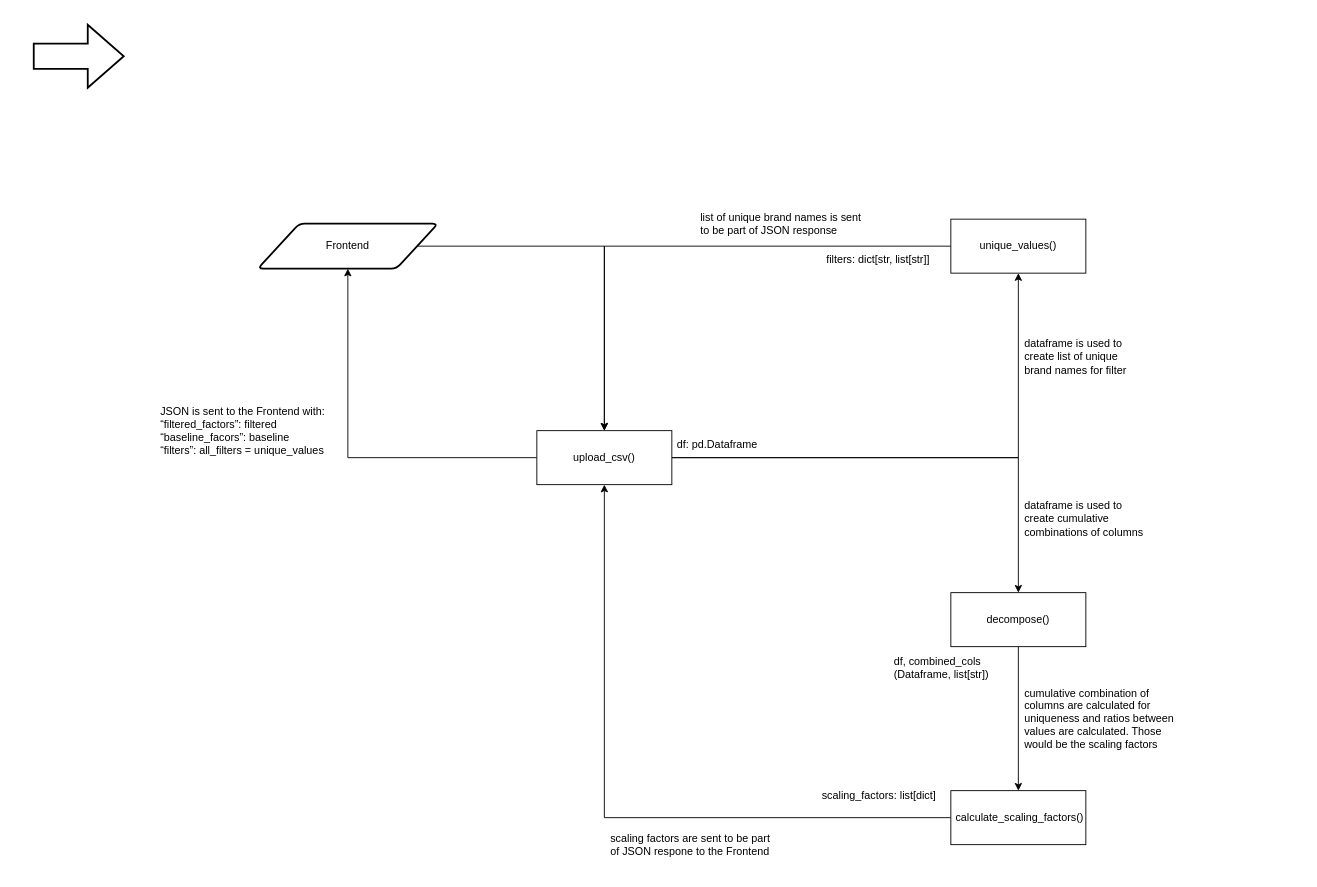
This is page "C2_backend" (3 of 3) of app.diagrams.net/project_diagram.drawio from a-murataly/ProductManagementConsole, a draw.io file, before an edit. Source tidied: cells renumbered, new cells numbered last; positions are measured from the earlier drawing's top-left corner, leaving out a move shared by most shapes. Both pictures are drawn from the tidied source at 90%, with x=0, y=0 at pixel (33, 24).
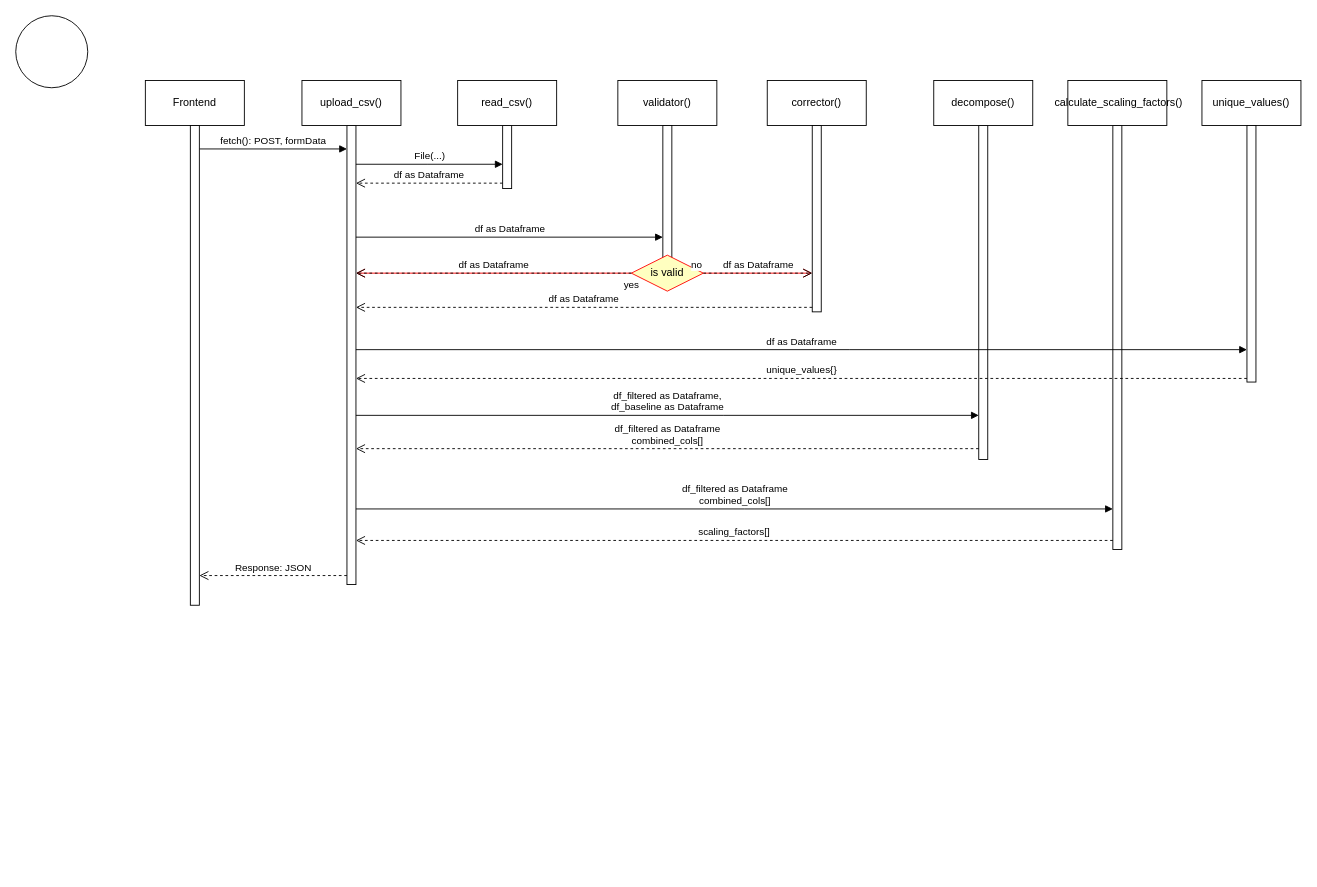
Above is the later version.

Change to the diagram source:
```diff
@@
-    <mxCell id="0" />
-    <mxCell id="1" parent="0" />
-    <mxCell id="2" style="edgeStyle=orthogonalEdgeStyle;rounded=0;jettySize=auto;html=1;align=center;" parent="1" edge="1" source="14" target="6">
-      <mxGeometry relative="1" as="geometry" />
-    </mxCell>
-    <mxCell id="3" style="edgeStyle=orthogonalEdgeStyle;rounded=0;jettySize=auto;html=1;align=center;" parent="1" edge="1" source="6" target="8">
-      <mxGeometry relative="1" as="geometry" />
-    </mxCell>
-    <mxCell id="4" style="edgeStyle=orthogonalEdgeStyle;rounded=0;jettySize=auto;html=1;align=center;" parent="1" edge="1" source="6" target="10">
-      <mxGeometry relative="1" as="geometry" />
-    </mxCell>
-    <mxCell id="5" style="edgeStyle=orthogonalEdgeStyle;rounded=0;jettySize=auto;html=1;align=center;labelPosition=center;verticalLabelPosition=top;verticalAlign=bottom;" parent="1" edge="1" source="6" target="14">
-      <mxGeometry x="0.01" relative="1" as="geometry" />
-    </mxCell>
+    <mxCell id="25" />
+    <mxCell id="26" parent="25" />
+    <mxCell id="27" style="html=1;points=[[0,0,0,0,5],[0,1,0,0,-5],[1,0,0,0,5],[1,1,0,0,-5]];perimeter=orthogonalPerimeter;outlineConnect=0;targetShapes=umlLifeline;portConstraint=eastwest;newEdgeStyle={&quot;curved&quot;:0,&quot;rounded&quot;:0};" parent="26" vertex="1">
+      <mxGeometry x="348" y="112" width="10" height="510" as="geometry" />
+    </mxCell>
+    <mxCell id="28" style="html=1;points=[[0,0,0,0,5],[0,1,0,0,-5],[1,0,0,0,5],[1,1,0,0,-5]];perimeter=orthogonalPerimeter;outlineConnect=0;targetShapes=umlLifeline;portConstraint=eastwest;newEdgeStyle={&quot;curved&quot;:0,&quot;rounded&quot;:0};" parent="26" vertex="1">
+      <mxGeometry x="521" y="112" width="10" height="70" as="geometry" />
+    </mxCell>
+    <mxCell id="29" style="html=1;points=[[0,0,0,0,5],[0,1,0,0,-5],[1,0,0,0,5],[1,1,0,0,-5]];perimeter=orthogonalPerimeter;outlineConnect=0;targetShapes=umlLifeline;portConstraint=eastwest;newEdgeStyle={&quot;curved&quot;:0,&quot;rounded&quot;:0};" parent="26" vertex="1">
+      <mxGeometry x="1199" y="112" width="10" height="471" as="geometry" />
+    </mxCell>
+    <mxCell id="30" style="html=1;points=[[0,0,0,0,5],[0,1,0,0,-5],[1,0,0,0,5],[1,1,0,0,-5]];perimeter=orthogonalPerimeter;outlineConnect=0;targetShapes=umlLifeline;portConstraint=eastwest;newEdgeStyle={&quot;curved&quot;:0,&quot;rounded&quot;:0};" parent="26" vertex="1">
+      <mxGeometry x="1050" y="112" width="10" height="371" as="geometry" />
+    </mxCell>
+    <mxCell id="14" value="Frontend" style="html=1;whiteSpace=wrap;" parent="26" vertex="1">
+      <mxGeometry x="124" y="62" width="110" height="50" as="geometry" />
+    </mxCell>
-    <mxCell id="6" value="&lt;div&gt;upload_csv()&lt;/div&gt;" style="rounded=0;html=1;align=center;whiteSpace=wrap;" parent="1" vertex="1">
-      <mxGeometry x="559" y="451" width="150" height="60" as="geometry" />
+    <mxCell id="6" value="upload_csv()" style="html=1;whiteSpace=wrap;" parent="26" vertex="1">
+      <mxGeometry x="298" y="62" width="110" height="50" as="geometry" />
     </mxCell>
-    <mxCell id="7" style="edgeStyle=orthogonalEdgeStyle;rounded=0;jettySize=auto;html=1;align=center;" parent="1" edge="1" source="8" target="6">
-      <mxGeometry relative="1" as="geometry" />
-    </mxCell>
+    <mxCell id="10" value="decompose()" style="html=1;whiteSpace=wrap;" parent="26" vertex="1">
+      <mxGeometry x="1000" y="62" width="110" height="50" as="geometry" />
+    </mxCell>
+    <mxCell id="12" value="&amp;nbsp;calculate_scaling_factors()" style="html=1;whiteSpace=wrap;" parent="26" vertex="1">
+      <mxGeometry x="1149" y="62" width="110" height="50" as="geometry" />
+    </mxCell>
-    <mxCell id="8" value="&lt;div&gt;unique_values()&lt;/div&gt;" style="rounded=0;html=1;align=center;whiteSpace=wrap;" parent="1" vertex="1">
-      <mxGeometry x="1019" y="216" width="150" height="60" as="geometry" />
+    <mxCell id="8" value="unique_values()" style="html=1;whiteSpace=wrap;" parent="26" vertex="1">
+      <mxGeometry x="1298" y="62" width="110" height="50" as="geometry" />
     </mxCell>
-    <mxCell id="9" style="edgeStyle=orthogonalEdgeStyle;rounded=0;jettySize=auto;html=1;align=center;" parent="1" edge="1" source="10" target="12">
-      <mxGeometry relative="1" as="geometry" />
-    </mxCell>
-    <mxCell id="10" value="&lt;div&gt;decompose()&lt;/div&gt;" style="rounded=0;html=1;align=center;whiteSpace=wrap;" parent="1" vertex="1">
-      <mxGeometry x="1019" y="631" width="150" height="60" as="geometry" />
-    </mxCell>
-    <mxCell id="11" style="edgeStyle=orthogonalEdgeStyle;rounded=0;jettySize=auto;html=1;align=center;" parent="1" edge="1" source="12" target="6">
-      <mxGeometry relative="1" as="geometry" />
-    </mxCell>
-    <mxCell id="12" value="&lt;div&gt;&amp;nbsp;calculate_scaling_factors()&lt;/div&gt;" style="rounded=0;html=1;align=center;whiteSpace=wrap;" parent="1" vertex="1">
-      <mxGeometry x="1019" y="851" width="150" height="60" as="geometry" />
-    </mxCell>
-    <mxCell id="13" style="verticalLabelPosition=bottom;verticalAlign=top;html=1;strokeWidth=2;shape=mxgraph.arrows2.arrow;dy=0.6;dx=40;notch=0;align=center;" parent="1" vertex="1">
-      <mxGeometry width="100" height="70" as="geometry" />
-    </mxCell>
-    <mxCell id="14" value="&lt;div style=&quot;&quot;&gt;Frontend&lt;/div&gt;" style="shape=parallelogram;html=1;strokeWidth=2;perimeter=parallelogramPerimeter;whiteSpace=wrap;rounded=1;arcSize=12;size=0.23;align=center;" parent="1" vertex="1">
-      <mxGeometry x="249" y="221" width="200" height="50" as="geometry" />
-    </mxCell>
-    <mxCell id="15" value="JSON is sent to the Frontend with:&lt;div&gt;“filtered_factors”: filtered&lt;br&gt;“baseline_facors”: baseline&lt;br&gt;“filters”: all_filters = unique_values&lt;/div&gt;" style="text;align=left;verticalAlign=middle;whiteSpace=wrap;rounded=0;html=1;" parent="1" vertex="1">
-      <mxGeometry x="139" y="421" width="210" height="60" as="geometry" />
-    </mxCell>
-    <mxCell id="16" value="scaling factors are sent to be part of JSON respone to the Frontend" style="text;align=left;verticalAlign=middle;whiteSpace=wrap;rounded=0;html=1;" parent="1" vertex="1">
-      <mxGeometry x="639" y="881" width="180" height="60" as="geometry" />
-    </mxCell>
-    <mxCell id="17" value="cumulative combination of columns are calculated for uniqueness and ratios between values are calculated. Those would be the scaling factors" style="text;align=left;verticalAlign=middle;whiteSpace=wrap;rounded=0;html=1;" parent="1" vertex="1">
-      <mxGeometry x="1099" y="731" width="180" height="80" as="geometry" />
-    </mxCell>
-    <mxCell id="18" value="&lt;div&gt;&lt;span style=&quot;background-color: transparent; color: light-dark(rgb(0, 0, 0), rgb(255, 255, 255));&quot;&gt;dataframe is used to create list of unique brand names for filter&lt;/span&gt;&lt;/div&gt;" style="text;align=left;verticalAlign=top;rounded=0;whiteSpace=wrap;html=1;" parent="1" vertex="1">
-      <mxGeometry x="1099" y="341" width="140" height="60" as="geometry" />
-    </mxCell>
-    <mxCell id="19" value="list of unique brand names is sent to be part of JSON response" style="text;align=left;verticalAlign=top;rounded=0;whiteSpace=wrap;html=1;" parent="1" vertex="1">
-      <mxGeometry x="739" y="201" width="190" height="40" as="geometry" />
-    </mxCell>
-    <mxCell id="20" value="dataframe is used to create cumulative combinations of columns" style="text;align=left;verticalAlign=top;rounded=0;whiteSpace=wrap;html=1;" parent="1" vertex="1">
-      <mxGeometry x="1099" y="521" width="140" height="60" as="geometry" />
-    </mxCell>
-    <mxCell id="21" value="&lt;div&gt;&lt;span style=&quot;background-color: transparent; color: light-dark(rgb(0, 0, 0), rgb(255, 255, 255));&quot;&gt;df: pd.Dataframe&lt;/span&gt;&lt;/div&gt;" style="text;align=left;verticalAlign=top;rounded=0;whiteSpace=wrap;html=1;" parent="1" vertex="1">
-      <mxGeometry x="713" y="453" width="140" height="28" as="geometry" />
-    </mxCell>
-    <mxCell id="22" value="&lt;div&gt;&lt;span style=&quot;background-color: transparent; color: light-dark(rgb(0, 0, 0), rgb(255, 255, 255));&quot;&gt;df, combined_cols&lt;/span&gt;&lt;/div&gt;&lt;div&gt;&lt;span style=&quot;background-color: transparent; color: light-dark(rgb(0, 0, 0), rgb(255, 255, 255));&quot;&gt;(Dataframe, list[str])&lt;/span&gt;&lt;/div&gt;" style="text;align=left;verticalAlign=top;rounded=0;whiteSpace=wrap;html=1;" parent="1" vertex="1">
-      <mxGeometry x="954" y="694" width="140" height="43" as="geometry" />
-    </mxCell>
-    <mxCell id="23" value="&lt;div&gt;scaling_factors: list[dict]&lt;/div&gt;" style="text;align=left;verticalAlign=top;rounded=0;whiteSpace=wrap;html=1;" parent="1" vertex="1">
-      <mxGeometry x="874" y="843" width="140" height="31" as="geometry" />
-    </mxCell>
-    <mxCell id="24" value="&lt;div&gt;filters: dict[str, list[str]]&lt;/div&gt;" style="text;align=left;verticalAlign=top;rounded=0;whiteSpace=wrap;html=1;" parent="1" vertex="1">
-      <mxGeometry x="879" y="247" width="140" height="31" as="geometry" />
-    </mxCell>
+    <mxCell id="31" value="read_csv()" style="html=1;whiteSpace=wrap;" parent="26" vertex="1">
+      <mxGeometry x="471" y="62" width="110" height="50" as="geometry" />
+    </mxCell>
+    <mxCell id="32" value="File(...)" style="html=1;verticalAlign=bottom;endArrow=block;curved=0;rounded=0;" parent="26" edge="1" source="27" target="28">
+      <mxGeometry relative="1" as="geometry">
+        <Array as="points">
+          <mxPoint x="438" y="155" />
+        </Array>
+      </mxGeometry>
+    </mxCell>
+    <mxCell id="33" value="df as Dataframe" style="html=1;verticalAlign=bottom;endArrow=open;dashed=1;endSize=8;curved=0;rounded=0;" parent="26" edge="1" source="28" target="27">
+      <mxGeometry relative="1" as="geometry">
+        <Array as="points">
+          <mxPoint x="440" y="176" />
+        </Array>
+      </mxGeometry>
+    </mxCell>
+    <mxCell id="34" value="fetch(): POST, formData" style="html=1;verticalAlign=bottom;endArrow=block;curved=0;rounded=0;" parent="26" edge="1" source="36" target="27">
+      <mxGeometry relative="1" as="geometry">
+        <Array as="points">
+          <mxPoint x="265" y="138" />
+        </Array>
+      </mxGeometry>
+    </mxCell>
+    <mxCell id="35" value="Response: JSON" style="html=1;verticalAlign=bottom;endArrow=open;dashed=1;endSize=8;curved=0;rounded=0;" parent="26" edge="1" source="27" target="36">
+      <mxGeometry relative="1" as="geometry">
+        <Array as="points">
+          <mxPoint x="273" y="612" />
+        </Array>
+      </mxGeometry>
+    </mxCell>
+    <mxCell id="36" style="html=1;points=[[0,0,0,0,5],[0,1,0,0,-5],[1,0,0,0,5],[1,1,0,0,-5]];perimeter=orthogonalPerimeter;outlineConnect=0;targetShapes=umlLifeline;portConstraint=eastwest;newEdgeStyle={&quot;curved&quot;:0,&quot;rounded&quot;:0};" parent="26" vertex="1">
+      <mxGeometry x="174" y="112" width="10" height="533" as="geometry" />
+    </mxCell>
+    <mxCell id="37" style="html=1;points=[[0,0,0,0,5],[0,1,0,0,-5],[1,0,0,0,5],[1,1,0,0,-5]];perimeter=orthogonalPerimeter;outlineConnect=0;targetShapes=umlLifeline;portConstraint=eastwest;newEdgeStyle={&quot;curved&quot;:0,&quot;rounded&quot;:0};" parent="26" vertex="1">
+      <mxGeometry x="1348" y="112" width="10" height="285" as="geometry" />
+    </mxCell>
+    <mxCell id="38" value="df as Dataframe" style="html=1;verticalAlign=bottom;endArrow=block;curved=0;rounded=0;" parent="26" edge="1" source="27" target="37">
+      <mxGeometry relative="1" as="geometry">
+        <Array as="points">
+          <mxPoint x="906" y="361" />
+        </Array>
+      </mxGeometry>
+    </mxCell>
+    <mxCell id="39" value="unique_values{}" style="html=1;verticalAlign=bottom;endArrow=open;dashed=1;endSize=8;curved=0;rounded=0;" parent="26" edge="1" source="37" target="27">
+      <mxGeometry relative="1" as="geometry">
+        <Array as="points">
+          <mxPoint x="924" y="393" />
+        </Array>
+      </mxGeometry>
+    </mxCell>
+    <mxCell id="40" value="df_filtered as Dataframe,&lt;div&gt;df_baseline&amp;nbsp;&lt;span style=&quot;color: light-dark(rgb(0, 0, 0), rgb(255, 255, 255));&quot;&gt;as Dataframe&lt;/span&gt;&lt;/div&gt;" style="html=1;verticalAlign=bottom;endArrow=block;curved=0;rounded=0;" parent="26" edge="1" source="27" target="30">
+      <mxGeometry relative="1" as="geometry">
+        <Array as="points">
+          <mxPoint x="766" y="434" />
+        </Array>
+      </mxGeometry>
+    </mxCell>
+    <mxCell id="41" value="df_filtered as Dataframe&lt;div&gt;combined_cols[]&lt;/div&gt;" style="html=1;verticalAlign=bottom;endArrow=open;dashed=1;endSize=8;curved=0;rounded=0;" parent="26" edge="1" source="30" target="27">
+      <mxGeometry relative="1" as="geometry">
+        <Array as="points">
+          <mxPoint x="711" y="471" />
+        </Array>
+      </mxGeometry>
+    </mxCell>
+    <mxCell id="42" style="ellipse;whiteSpace=wrap;html=1;" parent="26" vertex="1">
+      <mxGeometry x="-20" y="-10" width="80" height="80" as="geometry" />
+    </mxCell>
+    <mxCell id="43" value="df_filtered as Dataframe&lt;div&gt;combined_cols[]&lt;/div&gt;" style="html=1;verticalAlign=bottom;endArrow=block;curved=0;rounded=0;" parent="26" edge="1" source="27" target="29">
+      <mxGeometry relative="1" as="geometry">
+        <Array as="points">
+          <mxPoint x="790" y="538" />
+        </Array>
+      </mxGeometry>
+    </mxCell>
+    <mxCell id="44" value="scaling_factors[]" style="html=1;verticalAlign=bottom;endArrow=open;dashed=1;endSize=8;curved=0;rounded=0;" parent="26" edge="1" source="29" target="27">
+      <mxGeometry relative="1" as="geometry">
+        <Array as="points">
+          <mxPoint x="870" y="573" />
+        </Array>
+      </mxGeometry>
+    </mxCell>
+    <mxCell id="45" value="validator()" style="html=1;whiteSpace=wrap;" parent="26" vertex="1">
+      <mxGeometry x="649" y="62" width="110" height="50" as="geometry" />
+    </mxCell>
+    <mxCell id="46" style="html=1;points=[[0,0,0,0,5],[0,1,0,0,-5],[1,0,0,0,5],[1,1,0,0,-5]];perimeter=orthogonalPerimeter;outlineConnect=0;targetShapes=umlLifeline;portConstraint=eastwest;newEdgeStyle={&quot;curved&quot;:0,&quot;rounded&quot;:0};" parent="26" vertex="1">
+      <mxGeometry x="699" y="112" width="10" height="161" as="geometry" />
+    </mxCell>
+    <mxCell id="47" value="df as Dataframe" style="html=1;verticalAlign=bottom;endArrow=block;curved=0;rounded=0;" parent="26" edge="1" source="27" target="46">
+      <mxGeometry relative="1" as="geometry">
+        <Array as="points">
+          <mxPoint x="527" y="236" />
+        </Array>
+      </mxGeometry>
+    </mxCell>
+    <mxCell id="48" value="corrector()" style="html=1;whiteSpace=wrap;" parent="26" vertex="1">
+      <mxGeometry x="815" y="62" width="110" height="50" as="geometry" />
+    </mxCell>
+    <mxCell id="49" style="html=1;points=[[0,0,0,0,5],[0,1,0,0,-5],[1,0,0,0,5],[1,1,0,0,-5]];perimeter=orthogonalPerimeter;outlineConnect=0;targetShapes=umlLifeline;portConstraint=eastwest;newEdgeStyle={&quot;curved&quot;:0,&quot;rounded&quot;:0};" parent="26" vertex="1">
+      <mxGeometry x="865" y="112" width="10" height="207" as="geometry" />
+    </mxCell>
+    <mxCell id="50" value="df as Dataframe" style="html=1;verticalAlign=bottom;endArrow=open;dashed=1;endSize=8;curved=0;rounded=0;exitX=0;exitY=1;exitDx=0;exitDy=-5;" parent="26" edge="1" source="49" target="27">
+      <mxGeometry relative="1" as="geometry" />
+    </mxCell>
+    <mxCell id="51" value="is valid" style="rhombus;whiteSpace=wrap;html=1;fontColor=#000000;fillColor=#ffffc0;strokeColor=#ff0000;" parent="26" vertex="1">
+      <mxGeometry x="664" y="256" width="80" height="40" as="geometry" />
+    </mxCell>
+    <mxCell id="52" value="no" style="edgeStyle=orthogonalEdgeStyle;html=1;align=right;verticalAlign=bottom;endArrow=open;endSize=8;strokeColor=#ff0000;rounded=0;exitX=1;exitY=0.5;exitDx=0;exitDy=0;" parent="26" edge="1" source="51" target="49">
+      <mxGeometry x="-1" relative="1" as="geometry">
+        <Array as="points">
+          <mxPoint x="810" y="276" />
+          <mxPoint x="810" y="276" />
+        </Array>
+      </mxGeometry>
+    </mxCell>
+    <mxCell id="53" value="yes" style="edgeStyle=orthogonalEdgeStyle;html=1;align=center;verticalAlign=top;endArrow=open;endSize=8;strokeColor=#ff0000;rounded=0;exitX=0;exitY=0.5;exitDx=0;exitDy=0;" parent="26" edge="1" source="51" target="27">
+      <mxGeometry x="-1" relative="1" as="geometry">
+        <Array as="points">
+          <mxPoint x="448" y="276" />
+          <mxPoint x="448" y="276" />
+        </Array>
+      </mxGeometry>
+    </mxCell>
+    <mxCell id="54" value="df as Dataframe" style="html=1;verticalAlign=bottom;endArrow=open;dashed=1;endSize=8;curved=0;rounded=0;exitX=0;exitY=0.5;exitDx=0;exitDy=0;" parent="26" edge="1" source="51" target="27">
+      <mxGeometry relative="1" as="geometry" />
+    </mxCell>
+    <mxCell id="55" value="df as Dataframe" style="html=1;verticalAlign=bottom;endArrow=open;dashed=1;endSize=8;curved=0;rounded=0;exitX=1;exitY=0.5;exitDx=0;exitDy=0;align=center;" parent="26" edge="1" source="51" target="49">
+      <mxGeometry relative="1" as="geometry" />
+    </mxCell>
```
